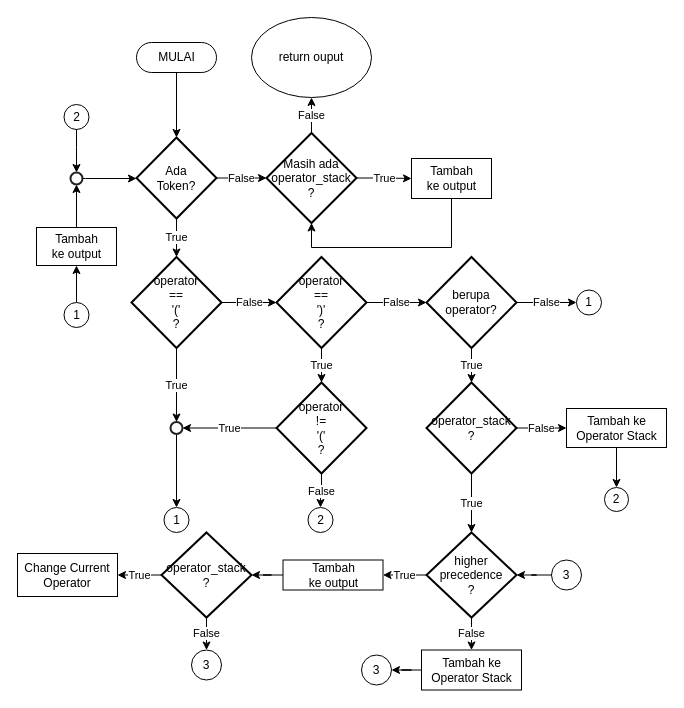
Earlier version of the draw.io diagram Shunting Yard.drawio (eliteraihan/boolean-retrieval-engine). Source tidied: cells renumbered, new cells numbered last; positions are measured from the earlier drawing's top-left corner, leaving out a move shared by most shapes. Both pictures are drawn from the tidied source at 100%, with x=0, y=0 at pixel (17, 17).
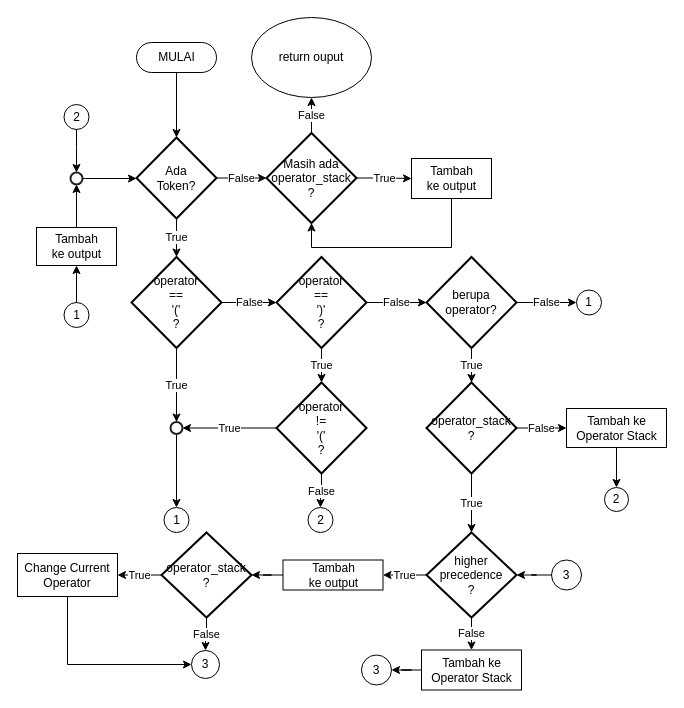
The same diagram, later.

Unchanged cells that the change refers to:
```xml
<mxCell id="51" value="Change Current Operator" style="rounded=0;whiteSpace=wrap;html=1;" parent="1" vertex="1">
  <mxGeometry y="536" width="100" height="43" as="geometry" />
</mxCell>
```

Change to the diagram source:
```diff
@@
     <mxCell id="46" value="3" style="ellipse;whiteSpace=wrap;html=1;" parent="1" vertex="1">
-      <mxGeometry x="174" y="632.5" width="30" height="30" as="geometry" />
+      <mxGeometry x="174" y="633" width="28" height="28" as="geometry" />
     </mxCell>
@@
+    <mxCell id="59" style="edgeStyle=orthogonalEdgeStyle;rounded=0;jettySize=auto;html=1;entryX=0;entryY=0.5;entryDx=0;entryDy=0;exitX=0.5;exitY=1;exitDx=0;exitDy=0;" parent="1" edge="1" source="51" target="46">
+      <mxGeometry relative="1" as="geometry" />
+    </mxCell>
```
